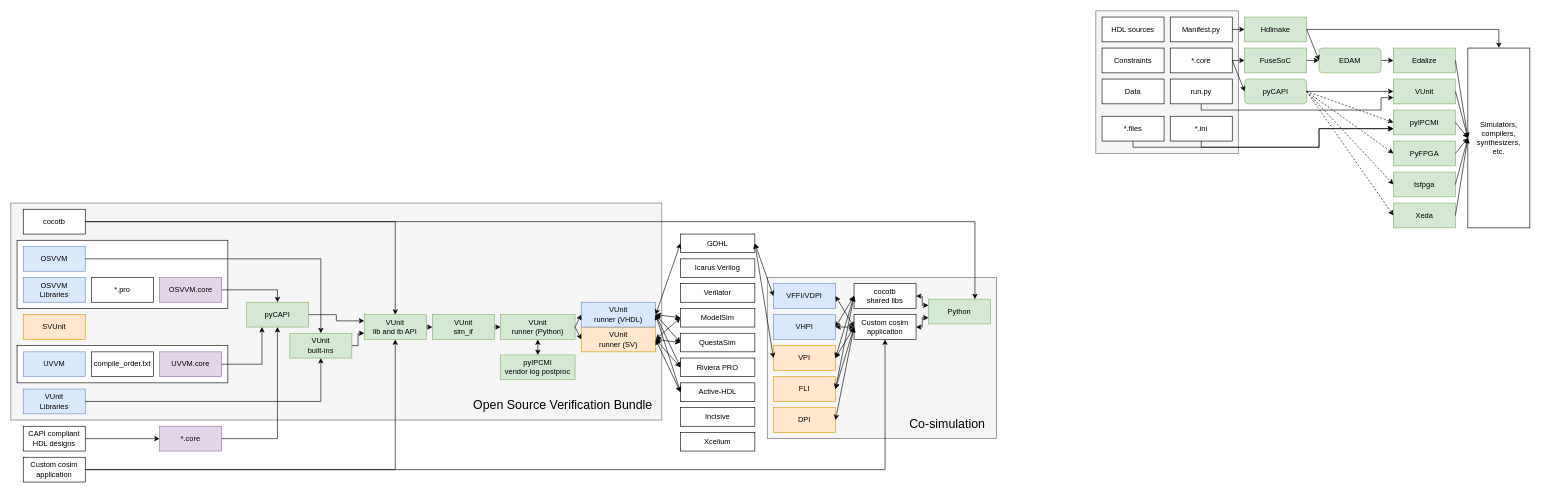
Before: osvb.drawio in umarcor/osvb, a draw.io diagram. Source tidied: cells renumbered, new cells numbered last; positions are measured from the earlier drawing's top-left corner, leaving out a move shared by most shapes. Both pictures are drawn from the tidied source at 62%, with x=0, y=0 at pixel (11, 11).
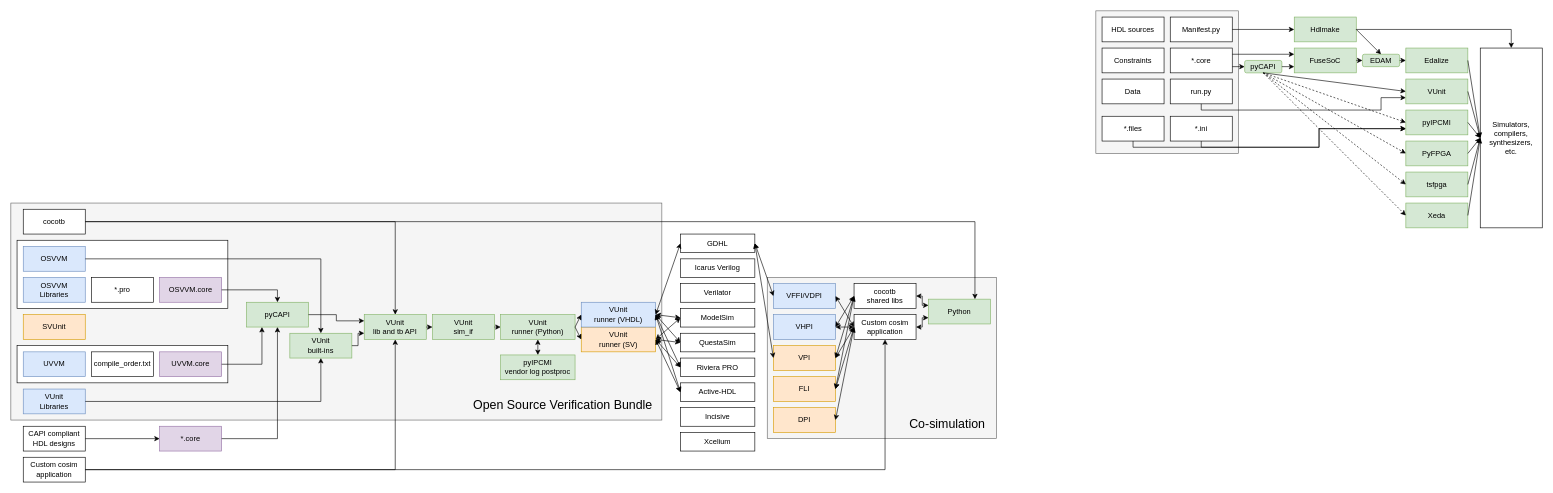
After the change.

Unchanged cells that the change refers to:
```xml
<mxCell id="77" value="*.core" style="rounded=0;whiteSpace=wrap;html=1;" parent="1" vertex="1">
  <mxGeometry x="1870" y="60" width="100" height="40" as="geometry" />
</mxCell>
```

What changed in the source:
```diff
@@
     <mxCell id="75" value="FuseSoC" style="rounded=0;whiteSpace=wrap;html=1;fillColor=#d5e8d4;strokeColor=#82b366;" parent="1" vertex="1">
-      <mxGeometry x="1990" y="60" width="100" height="40" as="geometry" />
+      <mxGeometry x="2070" y="60" width="100" height="40" as="geometry" />
     </mxCell>
     <mxCell id="76" value="pyCAPI" style="rounded=1;whiteSpace=wrap;html=1;fillColor=#d5e8d4;strokeColor=#82b366;" parent="1" vertex="1">
-      <mxGeometry x="1990" y="110" width="100" height="40" as="geometry" />
+      <mxGeometry x="1990" y="80" width="60" height="20" as="geometry" />
     </mxCell>
@@
     <mxCell id="81" value="Xeda" style="rounded=0;whiteSpace=wrap;html=1;fillColor=#d5e8d4;strokeColor=#82b366;" parent="1" vertex="1">
-      <mxGeometry x="2230" y="310" width="100" height="40" as="geometry" />
+      <mxGeometry x="2250" y="310" width="100" height="40" as="geometry" />
     </mxCell>
     <mxCell id="82" value="tsfpga" style="rounded=0;whiteSpace=wrap;html=1;fillColor=#d5e8d4;strokeColor=#82b366;" parent="1" vertex="1">
-      <mxGeometry x="2230" y="260" width="100" height="40" as="geometry" />
+      <mxGeometry x="2250" y="260" width="100" height="40" as="geometry" />
     </mxCell>
     <mxCell id="83" value="PyFPGA" style="rounded=0;whiteSpace=wrap;html=1;fillColor=#d5e8d4;strokeColor=#82b366;" parent="1" vertex="1">
-      <mxGeometry x="2230" y="210" width="100" height="40" as="geometry" />
+      <mxGeometry x="2250" y="210" width="100" height="40" as="geometry" />
     </mxCell>
     <mxCell id="84" value="VUnit" style="rounded=0;whiteSpace=wrap;html=1;fillColor=#d5e8d4;strokeColor=#82b366;" parent="1" vertex="1">
-      <mxGeometry x="2230" y="110" width="100" height="40" as="geometry" />
+      <mxGeometry x="2250" y="110" width="100" height="40" as="geometry" />
     </mxCell>
     <mxCell id="85" value="EDAM" style="rounded=1;whiteSpace=wrap;html=1;fillColor=#d5e8d4;strokeColor=#82b366;" parent="1" vertex="1">
-      <mxGeometry x="2110" y="60" width="100" height="40" as="geometry" />
+      <mxGeometry x="2180" y="70" width="60" height="20" as="geometry" />
     </mxCell>
     <mxCell id="86" value="Edalize" style="rounded=0;whiteSpace=wrap;html=1;fillColor=#d5e8d4;strokeColor=#82b366;" parent="1" vertex="1">
-      <mxGeometry x="2230" y="60" width="100" height="40" as="geometry" />
+      <mxGeometry x="2250" y="60" width="100" height="40" as="geometry" />
     </mxCell>
     <mxCell id="87" value="Simulators,&lt;br&gt;compilers,&lt;br&gt;synthesizers,&lt;br&gt;etc." style="rounded=0;whiteSpace=wrap;html=1;" parent="1" vertex="1">
-      <mxGeometry x="2350" y="60" width="100" height="290" as="geometry" />
+      <mxGeometry x="2370" y="60" width="100" height="290" as="geometry" />
     </mxCell>
@@
-    <mxCell id="95" style="endArrow=classic;html=1;exitX=1;exitY=0.5;exitDx=0;exitDy=0;entryX=0;entryY=0.5;entryDx=0;entryDy=0;" parent="1" edge="1" source="76" target="84">
+    <mxCell id="95" style="endArrow=classic;html=1;exitX=0.5;exitY=1;exitDx=0;exitDy=0;entryX=0;entryY=0.5;entryDx=0;entryDy=0;" parent="1" edge="1" source="76" target="84">
       <mxGeometry relative="1" as="geometry" />
     </mxCell>
-    <mxCell id="96" style="endArrow=classic;html=1;exitX=1;exitY=0.5;exitDx=0;exitDy=0;entryX=0;entryY=0.5;entryDx=0;entryDy=0;dashed=1;" parent="1" edge="1" source="76" target="83">
+    <mxCell id="96" style="endArrow=classic;html=1;exitX=0.5;exitY=1;exitDx=0;exitDy=0;entryX=0;entryY=0.5;entryDx=0;entryDy=0;dashed=1;" parent="1" edge="1" source="76" target="83">
       <mxGeometry relative="1" as="geometry" />
     </mxCell>
-    <mxCell id="97" style="endArrow=classic;html=1;exitX=1;exitY=0.5;exitDx=0;exitDy=0;entryX=0;entryY=0.5;entryDx=0;entryDy=0;dashed=1;" parent="1" edge="1" source="76" target="82">
+    <mxCell id="97" style="endArrow=classic;html=1;exitX=0.5;exitY=1;exitDx=0;exitDy=0;entryX=0;entryY=0.5;entryDx=0;entryDy=0;dashed=1;" parent="1" edge="1" source="76" target="82">
       <mxGeometry relative="1" as="geometry" />
     </mxCell>
-    <mxCell id="98" style="endArrow=classic;html=1;exitX=1;exitY=0.5;exitDx=0;exitDy=0;entryX=0;entryY=0.5;entryDx=0;entryDy=0;dashed=1;" parent="1" edge="1" source="76" target="81">
+    <mxCell id="98" style="endArrow=classic;html=1;exitX=0.5;exitY=1;exitDx=0;exitDy=0;entryX=0;entryY=0.5;entryDx=0;entryDy=0;dashed=1;" parent="1" edge="1" source="76" target="81">
       <mxGeometry relative="1" as="geometry" />
     </mxCell>
-    <mxCell id="99" style="endArrow=classic;html=1;exitX=1;exitY=0.5;exitDx=0;exitDy=0;entryX=0;entryY=0.5;entryDx=0;entryDy=0;" parent="1" edge="1" source="77" target="76">
+    <mxCell id="99" style="endArrow=classic;html=1;exitX=1;exitY=0.75;exitDx=0;exitDy=0;entryX=0;entryY=0.5;entryDx=0;entryDy=0;" parent="1" edge="1" source="77" target="76">
       <mxGeometry relative="1" as="geometry" />
     </mxCell>
-    <mxCell id="100" style="endArrow=classic;html=1;exitX=1;exitY=0.5;exitDx=0;exitDy=0;entryX=0;entryY=0.5;entryDx=0;entryDy=0;" parent="1" edge="1" source="77" target="75">
+    <mxCell id="100" style="endArrow=classic;html=1;exitX=1;exitY=0.25;exitDx=0;exitDy=0;entryX=0;entryY=0.25;entryDx=0;entryDy=0;" parent="1" edge="1" source="77" target="75">
       <mxGeometry relative="1" as="geometry" />
     </mxCell>
     <mxCell id="101" value="Hdlmake" style="rounded=0;whiteSpace=wrap;html=1;fillColor=#d5e8d4;strokeColor=#82b366;" parent="1" vertex="1">
-      <mxGeometry x="1990" y="10" width="100" height="40" as="geometry" />
+      <mxGeometry x="2070" y="10" width="100" height="40" as="geometry" />
     </mxCell>
-    <mxCell id="102" style="endArrow=classic;html=1;exitX=1;exitY=0.5;exitDx=0;exitDy=0;entryX=0;entryY=0.5;entryDx=0;entryDy=0;" parent="1" edge="1" source="101" target="85">
+    <mxCell id="102" style="endArrow=classic;html=1;exitX=1;exitY=0.5;exitDx=0;exitDy=0;entryX=0.5;entryY=0;entryDx=0;entryDy=0;" parent="1" edge="1" source="101" target="85">
       <mxGeometry relative="1" as="geometry" />
     </mxCell>
@@
     <mxCell id="114" value="pyIPCMI" style="rounded=0;whiteSpace=wrap;html=1;fillColor=#d5e8d4;strokeColor=#82b366;" parent="1" vertex="1">
-      <mxGeometry x="2230" y="160" width="100" height="40" as="geometry" />
+      <mxGeometry x="2250" y="160" width="100" height="40" as="geometry" />
     </mxCell>
-    <mxCell id="115" style="endArrow=classic;html=1;entryX=0;entryY=0.5;entryDx=0;entryDy=0;dashed=1;exitX=1;exitY=0.5;exitDx=0;exitDy=0;" parent="1" edge="1" source="76" target="114">
+    <mxCell id="115" style="endArrow=classic;html=1;entryX=0;entryY=0.5;entryDx=0;entryDy=0;dashed=1;exitX=0.5;exitY=1;exitDx=0;exitDy=0;" parent="1" edge="1" source="76" target="114">
       <mxGeometry relative="1" as="geometry" />
     </mxCell>
@@
+    <mxCell id="125" style="endArrow=classic;html=1;exitX=1;exitY=0.5;exitDx=0;exitDy=0;entryX=0;entryY=0.75;entryDx=0;entryDy=0;rounded=0;" parent="1" edge="1" target="75">
+      <mxGeometry relative="1" as="geometry">
+        <mxPoint x="2070" y="90" as="sourcePoint" />
+      </mxGeometry>
+    </mxCell>
+    <mxCell id="126" style="endArrow=classic;html=1;entryX=0;entryY=0.75;entryDx=0;entryDy=0;exitX=1;exitY=0.5;exitDx=0;exitDy=0;" parent="1" edge="1" source="76" target="75">
+      <mxGeometry relative="1" as="geometry" />
+    </mxCell>
```
